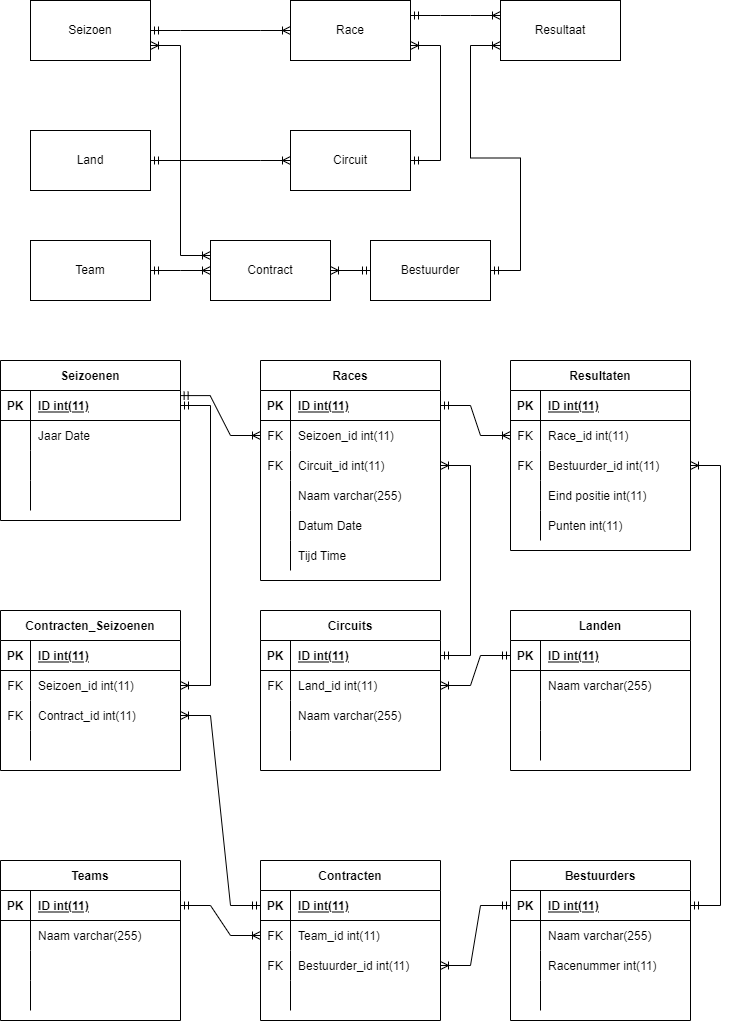
Above: F1 ERD.drawio.png in PeterVanKampen7/AO-B7-ERD (draw.io), before the change. Source tidied: cells renumbered, new cells last; positions are measured from the earlier drawing's top-left corner, leaving out a move shared by most shapes.
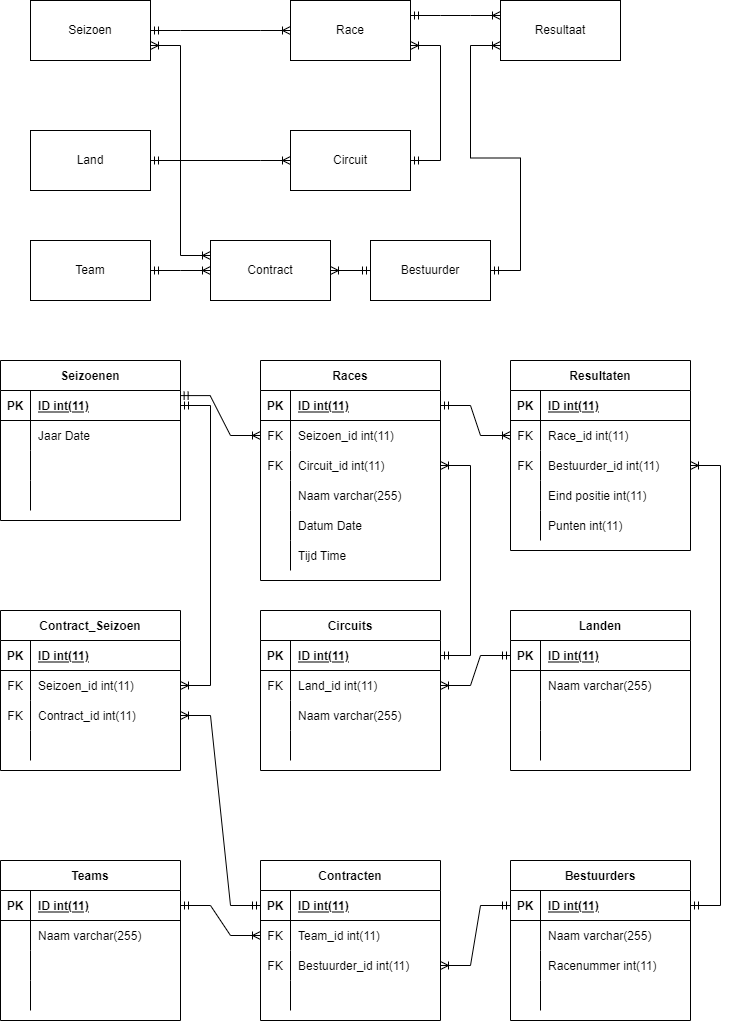
The same file after the commit.

Commit message:
Tabel naam aanpassen

Change to the diagram source:
```diff
@@ -410,7 +410,7 @@
     <mxCell id="137" style="edgeStyle=entityRelationEdgeStyle;fontSize=12;html=1;endArrow=ERoneToMany;startArrow=ERoneToMany;rounded=0;entryX=1;entryY=0.75;entryDx=0;entryDy=0;exitX=0;exitY=0.25;exitDx=0;exitDy=0;" parent="1" edge="1" source="5" target="2">
       <mxGeometry relative="1" as="geometry" />
     </mxCell>
-    <mxCell id="138" value="Contracten_Seizoenen" style="shape=table;startSize=30;rowLines=0;fontStyle=1;align=center;" parent="1" vertex="1">
+    <mxCell id="138" value="Contract_Seizoen" style="shape=table;startSize=30;rowLines=0;fontStyle=1;align=center;" parent="1" vertex="1">
       <mxGeometry y="610" width="180" height="160" as="geometry" />
     </mxCell>
     <mxCell id="139" style="shape=tableRow;horizontal=0;startSize=0;swimlaneHead=0;swimlaneBody=0;fillColor=none;top=0;left=0;right=0;bottom=1;" parent="138" vertex="1">
```
